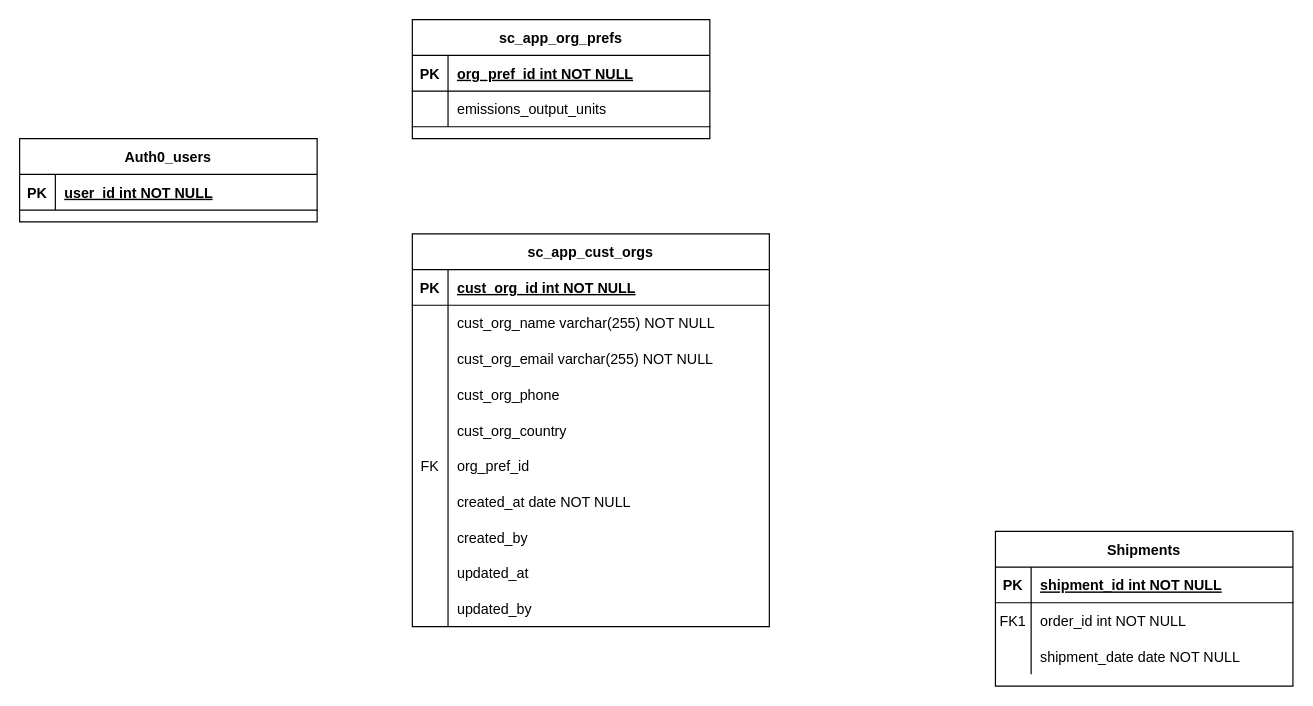
Earlier version of the draw.io diagram Untitled Diagram.drawio (CodeSnooker/bake-the-cake). Source tidied: cells renumbered, new cells numbered last; positions are measured from the earlier drawing's top-left corner, leaving out a move shared by most shapes. Both pictures are drawn from the tidied source at 119%, with x=0, y=0 at pixel (19, 19).
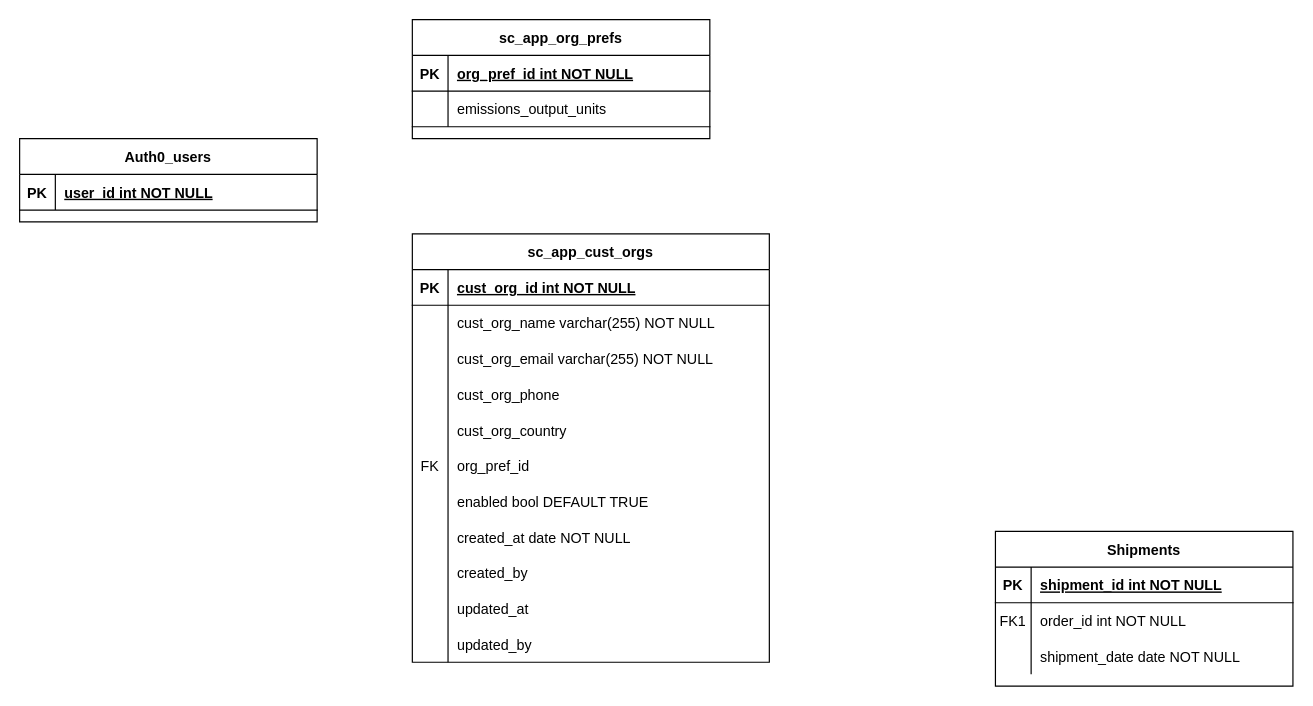
Above is the later version.

Diff of the diagram source:
```diff
@@
     <mxCell id="2" value="sc_app_cust_orgs" style="shape=table;startSize=30;childLayout=tableLayout;rowLines=0;fontStyle=1;align=center;" parent="1" vertex="1">
-      <mxGeometry x="330" y="180" width="300" height="330" as="geometry" />
+      <mxGeometry x="330" y="180" width="300" height="360" as="geometry" />
     </mxCell>
@@
+    <mxCell id="54" style="shape=partialRectangle;fillColor=none;top=0;left=0;right=0;bottom=0;" parent="2" vertex="1">
+      <mxGeometry y="210" width="300" height="30" as="geometry" />
+    </mxCell>
+    <mxCell id="55" style="shape=partialRectangle;overflow=hidden;fillColor=none;top=0;left=0;bottom=0;right=0;" parent="54" vertex="1">
+      <mxGeometry width="30" height="30" as="geometry" />
+    </mxCell>
+    <mxCell id="56" value="enabled bool DEFAULT TRUE" style="shape=partialRectangle;overflow=hidden;fillColor=none;top=0;left=0;bottom=0;right=0;align=left;spacingLeft=6;" parent="54" vertex="1">
+      <mxGeometry x="30" width="270" height="30" as="geometry" />
+    </mxCell>
     <mxCell id="21" style="shape=partialRectangle;fillColor=none;top=0;left=0;right=0;bottom=0;" parent="2" vertex="1">
-      <mxGeometry y="210" width="300" height="30" as="geometry" />
+      <mxGeometry y="240" width="300" height="30" as="geometry" />
     </mxCell>
@@
     <mxCell id="24" style="shape=partialRectangle;fillColor=none;top=0;left=0;right=0;bottom=0;" parent="2" vertex="1">
-      <mxGeometry y="240" width="300" height="30" as="geometry" />
+      <mxGeometry y="270" width="300" height="30" as="geometry" />
     </mxCell>
@@
     <mxCell id="27" style="shape=partialRectangle;fillColor=none;top=0;left=0;right=0;bottom=0;" parent="2" vertex="1">
-      <mxGeometry y="270" width="300" height="30" as="geometry" />
+      <mxGeometry y="300" width="300" height="30" as="geometry" />
     </mxCell>
@@
     <mxCell id="30" style="shape=partialRectangle;fillColor=none;top=0;left=0;right=0;bottom=0;" parent="2" vertex="1">
-      <mxGeometry y="300" width="300" height="30" as="geometry" />
+      <mxGeometry y="330" width="300" height="30" as="geometry" />
     </mxCell>
```
